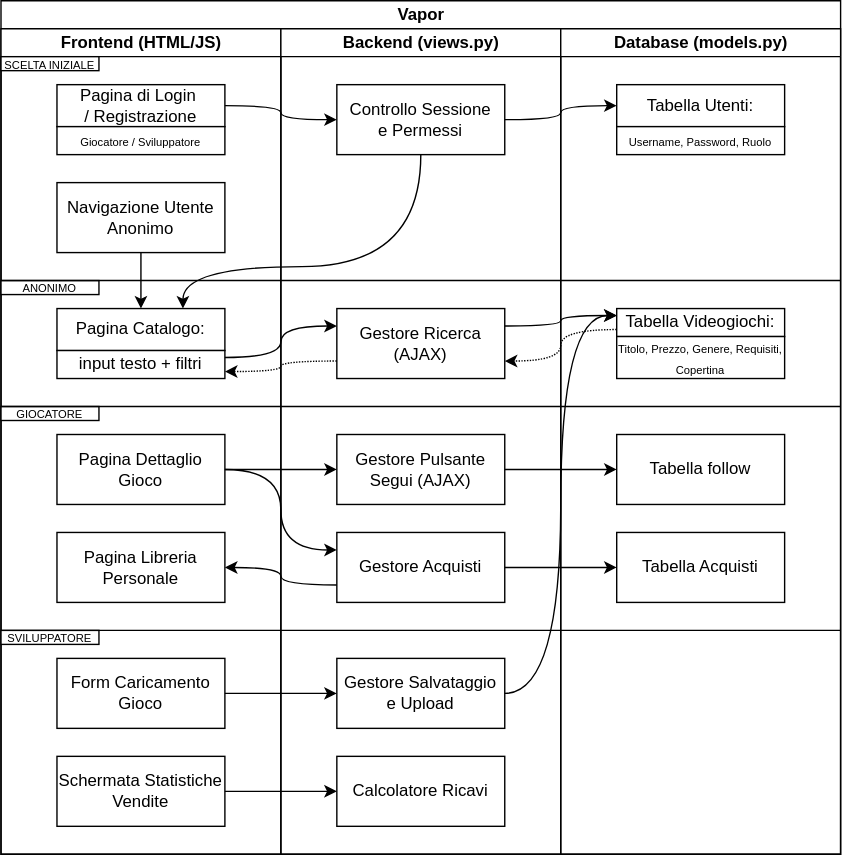
This is img/diagram.svg from giuseppepelusi/Vapor, a draw.io export, as it was before one commit. Source tidied: cells renumbered, new cells last; positions are measured from the earlier drawing's top-left corner, leaving out a move shared by most shapes.
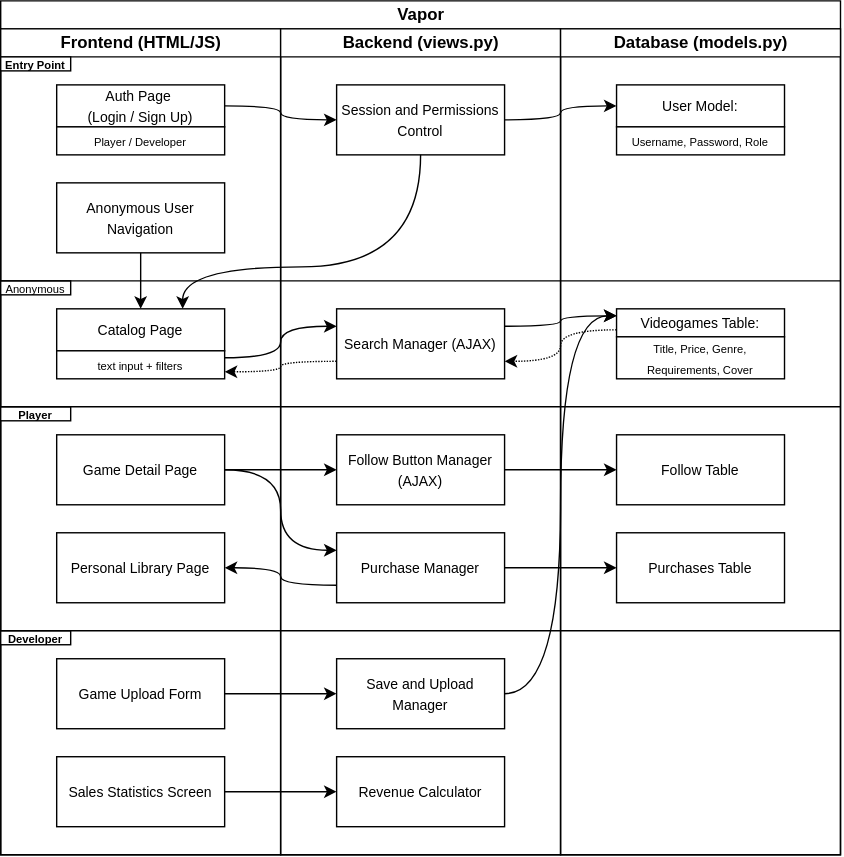
The same file after the commit.

What changed in the source:
```diff
@@ -10,43 +10,43 @@
     </mxCell>
-    <mxCell id="4" value="Form Caricamento Gioco" style="rounded=0;whiteSpace=wrap;html=1;strokeColor=light-dark(#000000,#6E7681);fillColor=light-dark(#FFFFFF,transparent);" parent="3" vertex="1">
-      <mxGeometry x="40" y="450" width="120" height="50" as="geometry" />
+    <mxCell id="4" value="&lt;b&gt;&lt;font style=&quot;font-size: 8px;&quot;&gt;Entry Point&lt;/font&gt;&lt;/b&gt;" style="rounded=0;whiteSpace=wrap;html=1;strokeColor=light-dark(#000000,#6E7681);fillColor=light-dark(#FFFFFF,transparent);" parent="3" vertex="1">
+      <mxGeometry y="20" width="50" height="10" as="geometry" />
     </mxCell>
-    <mxCell id="5" value="Schermata Statistiche Vendite" style="rounded=0;whiteSpace=wrap;html=1;strokeColor=light-dark(#000000,#6E7681);fillColor=light-dark(#FFFFFF,transparent);" parent="3" vertex="1">
-      <mxGeometry x="40" y="520" width="120" height="50" as="geometry" />
+    <mxCell id="5" value="&lt;font style=&quot;font-size: 10px;&quot;&gt;Game Upload Form&lt;/font&gt;" style="rounded=0;whiteSpace=wrap;html=1;strokeColor=light-dark(#000000,#6E7681);fillColor=light-dark(#FFFFFF,transparent);" parent="3" vertex="1">
+      <mxGeometry x="40" y="450" width="120" height="50" as="geometry" />
     </mxCell>
-    <mxCell id="6" value="&lt;div&gt;Pagina di Login&amp;nbsp;&lt;/div&gt;&lt;div&gt;/ Registrazione&lt;/div&gt;" style="rounded=0;whiteSpace=wrap;html=1;strokeColor=light-dark(#000000,#6E7681);fillColor=light-dark(#FFFFFF,transparent);" parent="3" vertex="1">
-      <mxGeometry x="40" y="40" width="120" height="30" as="geometry" />
+    <mxCell id="6" value="&lt;font style=&quot;font-size: 10px;&quot;&gt;Sales Statistics Screen&lt;/font&gt;" style="rounded=0;whiteSpace=wrap;html=1;strokeColor=light-dark(#000000,#6E7681);fillColor=light-dark(#FFFFFF,transparent);" parent="3" vertex="1">
+      <mxGeometry x="40" y="520" width="120" height="50" as="geometry" />
     </mxCell>
-    <mxCell id="7" value="&lt;font style=&quot;font-size: 8px;&quot;&gt;Giocatore / Sviluppatore&lt;/font&gt;" style="rounded=0;whiteSpace=wrap;html=1;strokeColor=light-dark(#000000,#6E7681);fillColor=light-dark(#FFFFFF,transparent);" parent="3" vertex="1">
-      <mxGeometry x="40" y="70" width="120" height="20" as="geometry" />
+    <mxCell id="7" value="&lt;font style=&quot;font-size: 10px;&quot;&gt;Auth Page&amp;nbsp;&lt;br&gt;(Login / Sign Up)&lt;/font&gt;" style="rounded=0;whiteSpace=wrap;html=1;strokeColor=light-dark(#000000,#6E7681);fillColor=light-dark(#FFFFFF,transparent);" parent="3" vertex="1">
+      <mxGeometry x="40" y="40" width="120" height="30" as="geometry" />
     </mxCell>
-    <mxCell id="8" value="Navigazione Utente Anonimo" style="rounded=0;whiteSpace=wrap;html=1;strokeColor=light-dark(#000000,#6E7681);fillColor=light-dark(#FFFFFF,transparent);" parent="3" vertex="1">
-      <mxGeometry x="40" y="110" width="120" height="50" as="geometry" />
+    <mxCell id="8" value="&lt;font style=&quot;font-size: 8px;&quot;&gt;Player / Developer&lt;/font&gt;" style="rounded=0;whiteSpace=wrap;html=1;strokeColor=light-dark(#000000,#6E7681);fillColor=light-dark(#FFFFFF,transparent);" parent="3" vertex="1">
+      <mxGeometry x="40" y="70" width="120" height="20" as="geometry" />
     </mxCell>
-    <mxCell id="9" value="Pagina Dettaglio Gioco" style="rounded=0;whiteSpace=wrap;html=1;strokeColor=light-dark(#000000,#6E7681);fillColor=light-dark(#FFFFFF,transparent);" parent="3" vertex="1">
-      <mxGeometry x="40" y="290" width="120" height="50" as="geometry" />
+    <mxCell id="9" value="&lt;font style=&quot;font-size: 10px;&quot;&gt;Anonymous User Navigation&lt;/font&gt;" style="rounded=0;whiteSpace=wrap;html=1;strokeColor=light-dark(#000000,#6E7681);fillColor=light-dark(#FFFFFF,transparent);" parent="3" vertex="1">
+      <mxGeometry x="40" y="110" width="120" height="50" as="geometry" />
     </mxCell>
-    <mxCell id="10" value="Pagina Libreria Personale" style="rounded=0;whiteSpace=wrap;html=1;strokeColor=light-dark(#000000,#6E7681);fillColor=light-dark(#FFFFFF,transparent);" parent="3" vertex="1">
-      <mxGeometry x="40" y="360" width="120" height="50" as="geometry" />
+    <mxCell id="10" value="&lt;font style=&quot;font-size: 10px;&quot;&gt;Game Detail Page&lt;/font&gt;" style="rounded=0;whiteSpace=wrap;html=1;strokeColor=light-dark(#000000,#6E7681);fillColor=light-dark(#FFFFFF,transparent);" parent="3" vertex="1">
+      <mxGeometry x="40" y="290" width="120" height="50" as="geometry" />
     </mxCell>
-    <mxCell id="11" value="&lt;div&gt;Pagina Catalogo:&lt;/div&gt;" style="whiteSpace=wrap;html=1;strokeColor=light-dark(#000000,#6E7681);fillColor=light-dark(#FFFFFF,transparent);" parent="3" vertex="1">
-      <mxGeometry x="40" y="200" width="120" height="30" as="geometry" />
+    <mxCell id="11" value="&lt;font style=&quot;font-size: 10px;&quot;&gt;Personal Library Page&lt;/font&gt;" style="rounded=0;whiteSpace=wrap;html=1;strokeColor=light-dark(#000000,#6E7681);fillColor=light-dark(#FFFFFF,transparent);" parent="3" vertex="1">
+      <mxGeometry x="40" y="360" width="120" height="50" as="geometry" />
     </mxCell>
-    <mxCell id="12" value="input testo + filtri" style="rounded=0;whiteSpace=wrap;html=1;strokeColor=light-dark(#000000,#6E7681);fillColor=light-dark(#FFFFFF,transparent);" parent="3" vertex="1">
-      <mxGeometry x="40" y="230" width="120" height="20" as="geometry" />
+    <mxCell id="12" value="&lt;div&gt;&lt;font style=&quot;font-size: 10px;&quot;&gt;Catalog Page&lt;/font&gt;&lt;/div&gt;" style="whiteSpace=wrap;html=1;strokeColor=light-dark(#000000,#6E7681);fillColor=light-dark(#FFFFFF,transparent);" parent="3" vertex="1">
+      <mxGeometry x="40" y="200" width="120" height="30" as="geometry" />
     </mxCell>
-    <mxCell id="13" style="edgeStyle=orthogonalEdgeStyle;rounded=0;jettySize=auto;html=1;entryX=0.5;entryY=0;entryDx=0;entryDy=0;strokeColor=light-dark(#000000,#6E7681);fillColor=light-dark(#FFFFFF,transparent);" parent="3" edge="1" source="8" target="11">
-      <mxGeometry relative="1" as="geometry" />
+    <mxCell id="13" value="&lt;font style=&quot;font-size: 8px;&quot;&gt;text input + filters&lt;/font&gt;" style="rounded=0;whiteSpace=wrap;html=1;strokeColor=light-dark(#000000,#6E7681);fillColor=light-dark(#FFFFFF,transparent);" parent="3" vertex="1">
+      <mxGeometry x="40" y="230" width="120" height="20" as="geometry" />
     </mxCell>
-    <mxCell id="14" value="&lt;font style=&quot;font-size: 8px;&quot;&gt;SCELTA INIZIALE&lt;/font&gt;" style="rounded=0;whiteSpace=wrap;html=1;strokeColor=light-dark(#000000,#6E7681);fillColor=light-dark(#FFFFFF,transparent);" parent="3" vertex="1">
-      <mxGeometry y="20" width="70" height="10" as="geometry" />
+    <mxCell id="14" style="edgeStyle=orthogonalEdgeStyle;rounded=0;jettySize=auto;html=1;entryX=0.5;entryY=0;entryDx=0;entryDy=0;strokeColor=light-dark(#000000,#6E7681);fillColor=light-dark(#FFFFFF,transparent);" parent="3" edge="1" source="9" target="12">
+      <mxGeometry relative="1" as="geometry" />
     </mxCell>
-    <mxCell id="15" value="&lt;font style=&quot;font-size: 8px;&quot;&gt;ANONIMO&lt;/font&gt;" style="rounded=0;whiteSpace=wrap;html=1;strokeColor=light-dark(#000000,#6E7681);fillColor=light-dark(#FFFFFF,transparent);" parent="3" vertex="1">
-      <mxGeometry y="180" width="70" height="10" as="geometry" />
+    <mxCell id="15" value="&lt;font style=&quot;font-size: 8px;&quot;&gt;Anonymous&lt;/font&gt;" style="rounded=0;whiteSpace=wrap;html=1;strokeColor=light-dark(#000000,#6E7681);fillColor=light-dark(#FFFFFF,transparent);" parent="3" vertex="1">
+      <mxGeometry y="180" width="50" height="10" as="geometry" />
     </mxCell>
-    <mxCell id="16" value="&lt;font style=&quot;font-size: 8px;&quot;&gt;GIOCATORE&lt;/font&gt;" style="rounded=0;whiteSpace=wrap;html=1;strokeColor=light-dark(#000000,#6E7681);fillColor=light-dark(#FFFFFF,transparent);" parent="3" vertex="1">
-      <mxGeometry y="270" width="70" height="10" as="geometry" />
+    <mxCell id="16" value="&lt;b&gt;&lt;font style=&quot;font-size: 8px;&quot;&gt;Player&lt;/font&gt;&lt;/b&gt;" style="rounded=0;whiteSpace=wrap;html=1;strokeColor=light-dark(#000000,#6E7681);fillColor=light-dark(#FFFFFF,transparent);" parent="3" vertex="1">
+      <mxGeometry y="270" width="50" height="10" as="geometry" />
     </mxCell>
-    <mxCell id="17" value="&lt;font style=&quot;font-size: 8px;&quot;&gt;SVILUPPATORE&lt;/font&gt;" style="rounded=0;whiteSpace=wrap;html=1;strokeColor=light-dark(#000000,#6E7681);fillColor=light-dark(#FFFFFF,transparent);" parent="3" vertex="1">
-      <mxGeometry y="430" width="70" height="10" as="geometry" />
+    <mxCell id="17" value="&lt;font style=&quot;font-size: 8px;&quot;&gt;&lt;b&gt;Developer&lt;/b&gt;&lt;/font&gt;" style="rounded=0;whiteSpace=wrap;html=1;strokeColor=light-dark(#000000,#6E7681);fillColor=light-dark(#FFFFFF,transparent);" parent="3" vertex="1">
+      <mxGeometry y="430" width="50" height="10" as="geometry" />
     </mxCell>
@@ -55,18 +55,18 @@
     </mxCell>
-    <mxCell id="19" value="Gestore Salvataggio e Upload" style="rounded=0;whiteSpace=wrap;html=1;strokeColor=light-dark(#000000,#6E7681);fillColor=light-dark(#FFFFFF,transparent);" parent="18" vertex="1">
+    <mxCell id="19" value="&lt;font style=&quot;font-size: 10px;&quot;&gt;Save and Upload Manager&lt;/font&gt;" style="rounded=0;whiteSpace=wrap;html=1;strokeColor=light-dark(#000000,#6E7681);fillColor=light-dark(#FFFFFF,transparent);" parent="18" vertex="1">
       <mxGeometry x="40" y="450" width="120" height="50" as="geometry" />
     </mxCell>
-    <mxCell id="20" value="Calcolatore Ricavi" style="rounded=0;whiteSpace=wrap;html=1;strokeColor=light-dark(#000000,#6E7681);fillColor=light-dark(#FFFFFF,transparent);" parent="18" vertex="1">
+    <mxCell id="20" value="&lt;font style=&quot;font-size: 10px;&quot;&gt;Revenue Calculator&lt;/font&gt;" style="rounded=0;whiteSpace=wrap;html=1;strokeColor=light-dark(#000000,#6E7681);fillColor=light-dark(#FFFFFF,transparent);" parent="18" vertex="1">
       <mxGeometry x="40" y="520" width="120" height="50" as="geometry" />
     </mxCell>
-    <mxCell id="21" value="&lt;div&gt;Controllo Sessione&lt;/div&gt;&lt;div&gt;e Permessi&lt;/div&gt;" style="rounded=0;whiteSpace=wrap;html=1;strokeColor=light-dark(#000000,#6E7681);fillColor=light-dark(#FFFFFF,transparent);" parent="18" vertex="1">
+    <mxCell id="21" value="&lt;font style=&quot;font-size: 10px;&quot;&gt;Session and Permissions Control&lt;/font&gt;" style="rounded=0;whiteSpace=wrap;html=1;strokeColor=light-dark(#000000,#6E7681);fillColor=light-dark(#FFFFFF,transparent);" parent="18" vertex="1">
       <mxGeometry x="40" y="40" width="120" height="50" as="geometry" />
     </mxCell>
-    <mxCell id="22" value="Gestore Pulsante Segui (AJAX)" style="rounded=0;whiteSpace=wrap;html=1;strokeColor=light-dark(#000000,#6E7681);fillColor=light-dark(#FFFFFF,transparent);" parent="18" vertex="1">
+    <mxCell id="22" value="&lt;font style=&quot;font-size: 10px;&quot;&gt;Follow Button Manager (AJAX)&lt;/font&gt;" style="rounded=0;whiteSpace=wrap;html=1;strokeColor=light-dark(#000000,#6E7681);fillColor=light-dark(#FFFFFF,transparent);" parent="18" vertex="1">
       <mxGeometry x="40" y="290" width="120" height="50" as="geometry" />
     </mxCell>
-    <mxCell id="23" value="Gestore Acquisti" style="rounded=0;whiteSpace=wrap;html=1;strokeColor=light-dark(#000000,#6E7681);fillColor=light-dark(#FFFFFF,transparent);" parent="18" vertex="1">
+    <mxCell id="23" value="&lt;font style=&quot;font-size: 10px;&quot;&gt;Purchase Manager&lt;/font&gt;" style="rounded=0;whiteSpace=wrap;html=1;strokeColor=light-dark(#000000,#6E7681);fillColor=light-dark(#FFFFFF,transparent);" parent="18" vertex="1">
       <mxGeometry x="40" y="360" width="120" height="50" as="geometry" />
     </mxCell>
-    <mxCell id="24" value="Gestore Ricerca (AJAX)" style="rounded=0;whiteSpace=wrap;html=1;strokeColor=light-dark(#000000,#6E7681);fillColor=light-dark(#FFFFFF,transparent);" parent="18" vertex="1">
+    <mxCell id="24" value="&lt;font style=&quot;font-size: 10px;&quot;&gt;Search Manager (AJAX)&lt;/font&gt;" style="rounded=0;whiteSpace=wrap;html=1;strokeColor=light-dark(#000000,#6E7681);fillColor=light-dark(#FFFFFF,transparent);" parent="18" vertex="1">
       <mxGeometry x="40" y="200" width="120" height="50" as="geometry" />
@@ -76,18 +76,18 @@
     </mxCell>
-    <mxCell id="26" value="Tabella Utenti:" style="rounded=0;whiteSpace=wrap;html=1;strokeColor=light-dark(#000000,#6E7681);fillColor=light-dark(#FFFFFF,transparent);" parent="25" vertex="1">
+    <mxCell id="26" value="&lt;font style=&quot;font-size: 10px;&quot;&gt;User Model:&lt;/font&gt;" style="rounded=0;whiteSpace=wrap;html=1;strokeColor=light-dark(#000000,#6E7681);fillColor=light-dark(#FFFFFF,transparent);" parent="25" vertex="1">
       <mxGeometry x="40" y="40" width="120" height="30" as="geometry" />
     </mxCell>
-    <mxCell id="27" value="&lt;font style=&quot;font-size: 8px;&quot;&gt;Username, Password,&amp;nbsp;&lt;font&gt;Ruolo&lt;/font&gt;&lt;/font&gt;" style="rounded=0;whiteSpace=wrap;html=1;strokeColor=light-dark(#000000,#6E7681);fillColor=light-dark(#FFFFFF,transparent);" parent="25" vertex="1">
+    <mxCell id="27" value="&lt;font style=&quot;font-size: 8px;&quot;&gt;Username, Password, Role&lt;/font&gt;" style="rounded=0;whiteSpace=wrap;html=1;strokeColor=light-dark(#000000,#6E7681);fillColor=light-dark(#FFFFFF,transparent);" parent="25" vertex="1">
       <mxGeometry x="40" y="70" width="120" height="20" as="geometry" />
     </mxCell>
-    <mxCell id="28" value="Tabella Videogiochi:" style="rounded=0;whiteSpace=wrap;html=1;strokeColor=light-dark(#000000,#6E7681);fillColor=light-dark(#FFFFFF,transparent);" parent="25" vertex="1">
+    <mxCell id="28" value="&lt;font style=&quot;font-size: 10px;&quot;&gt;Videogames Table:&lt;/font&gt;" style="rounded=0;whiteSpace=wrap;html=1;strokeColor=light-dark(#000000,#6E7681);fillColor=light-dark(#FFFFFF,transparent);" parent="25" vertex="1">
       <mxGeometry x="40" y="200" width="120" height="20" as="geometry" />
     </mxCell>
-    <mxCell id="29" value="&lt;font style=&quot;font-size: 8px;&quot;&gt;Titolo, Prezzo, Genere, Requisiti, Copertina&lt;/font&gt;" style="rounded=0;whiteSpace=wrap;html=1;strokeColor=light-dark(#000000,#6E7681);fillColor=light-dark(#FFFFFF,transparent);" parent="25" vertex="1">
+    <mxCell id="29" value="&lt;font style=&quot;font-size: 8px;&quot;&gt;Title, Price, Genre, Requirements, Cover&lt;/font&gt;" style="rounded=0;whiteSpace=wrap;html=1;strokeColor=light-dark(#000000,#6E7681);fillColor=light-dark(#FFFFFF,transparent);" parent="25" vertex="1">
       <mxGeometry x="40" y="220" width="120" height="30" as="geometry" />
     </mxCell>
-    <mxCell id="30" value="Tabella follow" style="rounded=0;whiteSpace=wrap;html=1;strokeColor=light-dark(#000000,#6E7681);fillColor=light-dark(#FFFFFF,transparent);" parent="25" vertex="1">
+    <mxCell id="30" value="&lt;font style=&quot;font-size: 10px;&quot;&gt;Follow Table&lt;/font&gt;" style="rounded=0;whiteSpace=wrap;html=1;strokeColor=light-dark(#000000,#6E7681);fillColor=light-dark(#FFFFFF,transparent);" parent="25" vertex="1">
       <mxGeometry x="40" y="290" width="120" height="50" as="geometry" />
     </mxCell>
-    <mxCell id="31" value="Tabella Acquisti" style="rounded=0;whiteSpace=wrap;html=1;strokeColor=light-dark(#000000,#6E7681);fillColor=light-dark(#FFFFFF,transparent);" parent="25" vertex="1">
+    <mxCell id="31" value="&lt;font style=&quot;font-size: 10px;&quot;&gt;Purchases Table&lt;/font&gt;" style="rounded=0;whiteSpace=wrap;html=1;strokeColor=light-dark(#000000,#6E7681);fillColor=light-dark(#FFFFFF,transparent);" parent="25" vertex="1">
       <mxGeometry x="40" y="360" width="120" height="50" as="geometry" />
@@ -112,18 +112,18 @@
     </mxCell>
-    <mxCell id="35" style="edgeStyle=orthogonalEdgeStyle;rounded=0;jettySize=auto;html=1;entryX=0;entryY=0.5;entryDx=0;entryDy=0;strokeColor=light-dark(#000000,#6E7681);fillColor=light-dark(#FFFFFF,transparent);" parent="2" edge="1" source="4" target="19">
+    <mxCell id="35" style="edgeStyle=orthogonalEdgeStyle;rounded=0;jettySize=auto;html=1;entryX=0;entryY=0.5;entryDx=0;entryDy=0;strokeColor=light-dark(#000000,#6E7681);fillColor=light-dark(#FFFFFF,transparent);" parent="2" edge="1" source="5" target="19">
       <mxGeometry relative="1" as="geometry" />
     </mxCell>
-    <mxCell id="36" style="edgeStyle=orthogonalEdgeStyle;rounded=1;jettySize=auto;html=1;entryX=0;entryY=0.5;entryDx=0;entryDy=0;curved=1;strokeColor=light-dark(#000000,#6E7681);fillColor=light-dark(#FFFFFF,transparent);" parent="2" edge="1" source="6" target="21">
+    <mxCell id="36" style="edgeStyle=orthogonalEdgeStyle;rounded=1;jettySize=auto;html=1;entryX=0;entryY=0.5;entryDx=0;entryDy=0;curved=1;strokeColor=light-dark(#000000,#6E7681);fillColor=light-dark(#FFFFFF,transparent);" parent="2" edge="1" source="7" target="21">
       <mxGeometry relative="1" as="geometry" />
     </mxCell>
-    <mxCell id="37" style="edgeStyle=orthogonalEdgeStyle;rounded=0;jettySize=auto;html=1;entryX=0;entryY=0.5;entryDx=0;entryDy=0;strokeColor=light-dark(#000000,#6E7681);fillColor=light-dark(#FFFFFF,transparent);" parent="2" edge="1" source="9" target="22">
+    <mxCell id="37" style="edgeStyle=orthogonalEdgeStyle;rounded=0;jettySize=auto;html=1;entryX=0;entryY=0.5;entryDx=0;entryDy=0;strokeColor=light-dark(#000000,#6E7681);fillColor=light-dark(#FFFFFF,transparent);" parent="2" edge="1" source="10" target="22">
       <mxGeometry relative="1" as="geometry" />
     </mxCell>
-    <mxCell id="38" style="edgeStyle=orthogonalEdgeStyle;rounded=0;jettySize=auto;html=1;entryX=0;entryY=0.25;entryDx=0;entryDy=0;curved=1;strokeColor=light-dark(#000000,#6E7681);fillColor=light-dark(#FFFFFF,transparent);" parent="2" edge="1" source="9" target="23">
+    <mxCell id="38" style="edgeStyle=orthogonalEdgeStyle;rounded=0;jettySize=auto;html=1;entryX=0;entryY=0.25;entryDx=0;entryDy=0;curved=1;strokeColor=light-dark(#000000,#6E7681);fillColor=light-dark(#FFFFFF,transparent);" parent="2" edge="1" source="10" target="23">
       <mxGeometry relative="1" as="geometry" />
     </mxCell>
-    <mxCell id="39" style="edgeStyle=orthogonalEdgeStyle;rounded=0;jettySize=auto;html=1;entryX=1;entryY=0.5;entryDx=0;entryDy=0;exitX=0;exitY=0.75;exitDx=0;exitDy=0;curved=1;strokeColor=light-dark(#000000,#6E7681);fillColor=light-dark(#FFFFFF,transparent);" parent="2" edge="1" source="23" target="10">
+    <mxCell id="39" style="edgeStyle=orthogonalEdgeStyle;rounded=0;jettySize=auto;html=1;entryX=1;entryY=0.5;entryDx=0;entryDy=0;exitX=0;exitY=0.75;exitDx=0;exitDy=0;curved=1;strokeColor=light-dark(#000000,#6E7681);fillColor=light-dark(#FFFFFF,transparent);" parent="2" edge="1" source="23" target="11">
       <mxGeometry relative="1" as="geometry" />
     </mxCell>
-    <mxCell id="40" style="edgeStyle=orthogonalEdgeStyle;rounded=0;jettySize=auto;html=1;entryX=0.75;entryY=0;entryDx=0;entryDy=0;exitX=0.5;exitY=1;exitDx=0;exitDy=0;curved=1;strokeColor=light-dark(#000000,#6E7681);fillColor=light-dark(#FFFFFF,transparent);" parent="2" edge="1" source="21" target="11">
+    <mxCell id="40" style="edgeStyle=orthogonalEdgeStyle;rounded=0;jettySize=auto;html=1;entryX=0.75;entryY=0;entryDx=0;entryDy=0;exitX=0.5;exitY=1;exitDx=0;exitDy=0;curved=1;strokeColor=light-dark(#000000,#6E7681);fillColor=light-dark(#FFFFFF,transparent);" parent="2" edge="1" source="21" target="12">
       <mxGeometry relative="1" as="geometry">
@@ -135,6 +135,6 @@
     </mxCell>
-    <mxCell id="41" style="rounded=0;jettySize=auto;html=1;entryX=0;entryY=0.25;entryDx=0;entryDy=0;edgeStyle=orthogonalEdgeStyle;curved=1;exitX=1;exitY=0.25;exitDx=0;exitDy=0;strokeColor=light-dark(#000000,#6E7681);fillColor=light-dark(#FFFFFF,transparent);" parent="2" edge="1" source="12" target="24">
+    <mxCell id="41" style="rounded=0;jettySize=auto;html=1;entryX=0;entryY=0.25;entryDx=0;entryDy=0;edgeStyle=orthogonalEdgeStyle;curved=1;exitX=1;exitY=0.25;exitDx=0;exitDy=0;strokeColor=light-dark(#000000,#6E7681);fillColor=light-dark(#FFFFFF,transparent);" parent="2" edge="1" source="13" target="24">
       <mxGeometry relative="1" as="geometry" />
     </mxCell>
-    <mxCell id="42" style="edgeStyle=orthogonalEdgeStyle;rounded=0;jettySize=auto;html=1;exitX=0;exitY=0.75;exitDx=0;exitDy=0;entryX=1;entryY=0.75;entryDx=0;entryDy=0;curved=1;dashed=1;dashPattern=1 1;strokeColor=light-dark(#000000,#6E7681);fillColor=light-dark(#FFFFFF,transparent);" parent="2" edge="1" source="24" target="12">
+    <mxCell id="42" style="edgeStyle=orthogonalEdgeStyle;rounded=0;jettySize=auto;html=1;exitX=0;exitY=0.75;exitDx=0;exitDy=0;entryX=1;entryY=0.75;entryDx=0;entryDy=0;curved=1;dashed=1;dashPattern=1 1;strokeColor=light-dark(#000000,#6E7681);fillColor=light-dark(#FFFFFF,transparent);" parent="2" edge="1" source="24" target="13">
       <mxGeometry relative="1" as="geometry" />
@@ -159,3 +159,3 @@
     </mxCell>
-    <mxCell id="49" style="edgeStyle=orthogonalEdgeStyle;rounded=0;jettySize=auto;html=1;entryX=0;entryY=0.5;entryDx=0;entryDy=0;strokeColor=light-dark(#000000,#6E7681);fillColor=light-dark(#FFFFFF,transparent);" parent="2" edge="1" source="5" target="20">
+    <mxCell id="49" style="edgeStyle=orthogonalEdgeStyle;rounded=0;jettySize=auto;html=1;entryX=0;entryY=0.5;entryDx=0;entryDy=0;strokeColor=light-dark(#000000,#6E7681);fillColor=light-dark(#FFFFFF,transparent);" parent="2" edge="1" source="6" target="20">
       <mxGeometry relative="1" as="geometry" />
```
